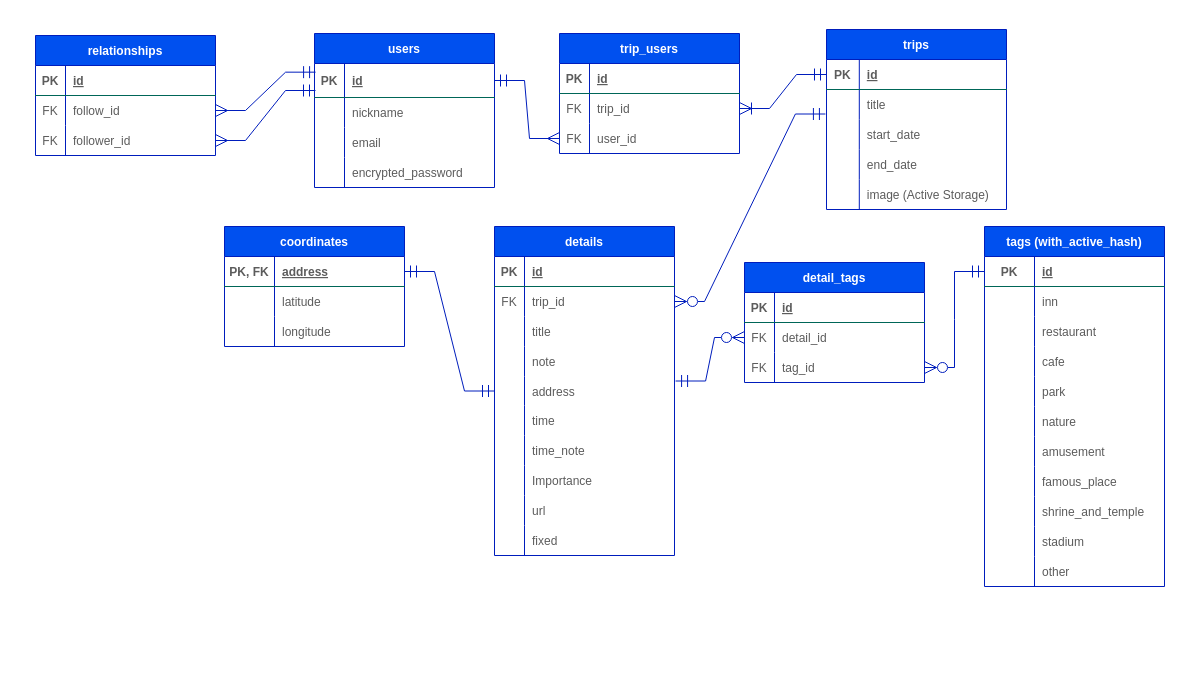
Above: .dio in satomi46/trip_maker (draw.io), before the change. Source tidied: cells renumbered, new cells numbered last; positions are measured from the earlier drawing's top-left corner, leaving out a move shared by most shapes. Both pictures are drawn from the tidied source at 100%, with x=0, y=0 at pixel (35, 29).
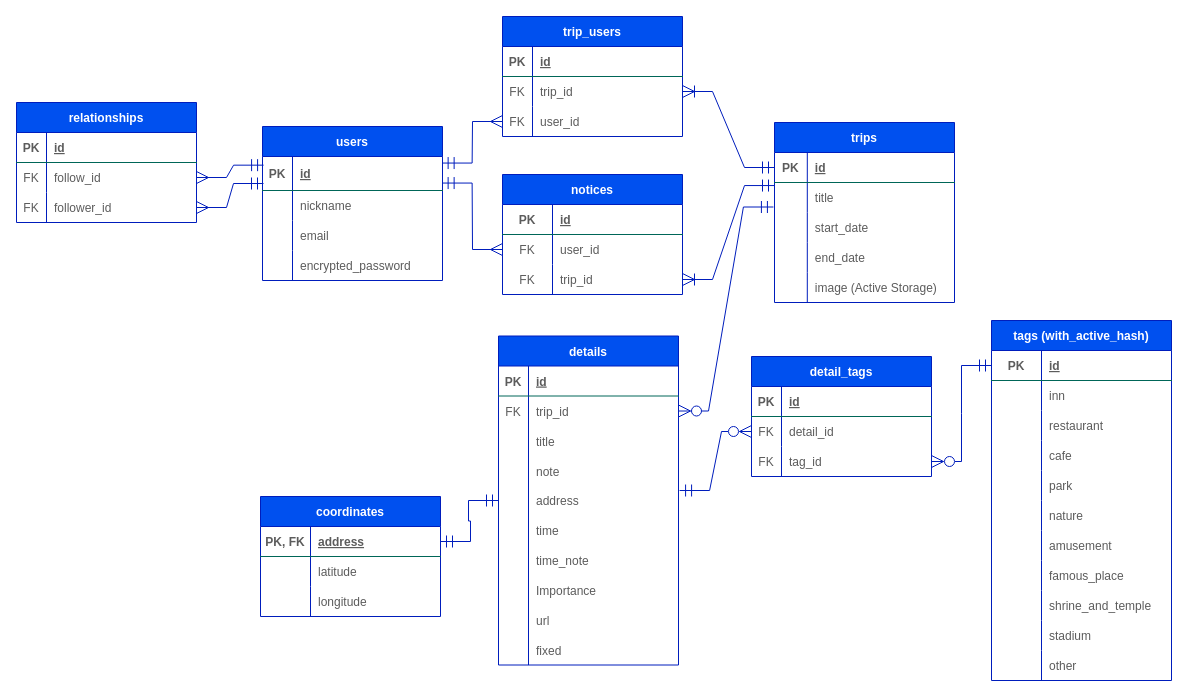
The same diagram, later.

Commit message (it also covers changes not shown here):
noticesモデルの作成とリレーションの記述、ER図の修正

The change refers to these unchanged cells:
```xml
<mxCell id="3" style="shape=tableRow;horizontal=0;startSize=0;swimlaneHead=0;swimlaneBody=0;fillColor=none;points=[[0,0.5],[1,0.5]];portConstraint=eastwest;top=0;left=0;right=0;bottom=1;rounded=0;strokeColor=#006658;fontColor=#5C5C5C;" parent="2" vertex="1">
  <mxGeometry y="30" width="180" height="34" as="geometry" />
</mxCell>
<mxCell id="19" style="shape=tableRow;horizontal=0;startSize=0;swimlaneHead=0;swimlaneBody=0;fillColor=none;points=[[0,0.5],[1,0.5]];portConstraint=eastwest;top=0;left=0;right=0;bottom=0;rounded=0;strokeColor=#006658;fontColor=#5C5C5C;" parent="15" vertex="1">
  <mxGeometry y="60" width="180" height="30" as="geometry" />
</mxCell>
<mxCell id="123" style="shape=tableRow;horizontal=0;startSize=0;swimlaneHead=0;swimlaneBody=0;fillColor=none;points=[[0,0.5],[1,0.5]];portConstraint=eastwest;top=0;left=0;right=0;bottom=0;rounded=0;strokeColor=#006658;fontColor=#5C5C5C;" parent="116" vertex="1">
  <mxGeometry y="90" width="180" height="30" as="geometry" />
</mxCell>
<mxCell id="140" style="shape=tableRow;horizontal=0;startSize=0;swimlaneHead=0;swimlaneBody=0;fillColor=none;points=[[0,0.5],[1,0.5]];portConstraint=eastwest;top=0;left=0;right=0;bottom=0;rounded=0;strokeColor=#006658;fontColor=#5C5C5C;" parent="133" vertex="1">
  <mxGeometry y="90" width="180" height="30" as="geometry" />
</mxCell>
```

What changed in the source:
```diff
@@
     <mxCell id="2" value="users" style="shape=table;startSize=30;childLayout=tableLayout;rowLines=0;fontStyle=1;align=center;rounded=0;fillColor=#0050ef;strokeColor=#001DBC;fontColor=#ffffff;fixDash=0;" parent="1" vertex="1">
-      <mxGeometry x="279" y="4" width="180" height="154" as="geometry" />
+      <mxGeometry x="227" y="97" width="180" height="154" as="geometry" />
     </mxCell>
@@
     <mxCell id="15" value="trips" style="shape=table;startSize=30;childLayout=tableLayout;rowLines=0;fontStyle=1;align=center;rounded=0;fillColor=#0050ef;strokeColor=#001DBC;fontColor=#ffffff;fixDash=0;" parent="1" vertex="1">
-      <mxGeometry x="791" width="180" height="180" as="geometry" />
+      <mxGeometry x="739" y="93" width="180" height="180" as="geometry" />
     </mxCell>
@@
     <mxCell id="31" value="detail_tags" style="shape=table;startSize=30;childLayout=tableLayout;rowLines=0;fontStyle=1;align=center;rounded=0;fillColor=#0050ef;strokeColor=#001DBC;fontColor=#ffffff;fixDash=0;" parent="1" vertex="1">
-      <mxGeometry x="709" y="233" width="180" height="120" as="geometry" />
+      <mxGeometry x="716" y="327" width="180" height="120" as="geometry" />
     </mxCell>
@@
     <mxCell id="41" value="details" style="shape=table;startSize=30;childLayout=tableLayout;rowLines=0;fontStyle=1;align=center;rounded=0;fillColor=#0050ef;strokeColor=#001DBC;fontColor=#ffffff;fixDash=0;" parent="1" vertex="1">
-      <mxGeometry x="459" y="197" width="180" height="329" as="geometry" />
+      <mxGeometry x="463" y="306.5" width="180" height="329" as="geometry" />
     </mxCell>
@@
     <mxCell id="72" value="coordinates" style="shape=table;startSize=30;childLayout=tableLayout;rowLines=0;fontStyle=1;align=center;rounded=0;fillColor=#0050ef;strokeColor=#001DBC;fontColor=#ffffff;fixDash=0;" parent="1" vertex="1">
-      <mxGeometry x="189" y="197" width="180" height="120" as="geometry" />
+      <mxGeometry x="225" y="467" width="180" height="120" as="geometry" />
     </mxCell>
@@
     <mxCell id="82" value="tags (with_active_hash)" style="shape=table;startSize=30;childLayout=tableLayout;rowLines=0;fontStyle=1;align=center;rounded=0;fillColor=#0050ef;strokeColor=#001DBC;fontColor=#ffffff;fixDash=0;" parent="1" vertex="1">
-      <mxGeometry x="949" y="197" width="180" height="360" as="geometry" />
+      <mxGeometry x="956" y="291" width="180" height="360" as="geometry" />
     </mxCell>
@@
     <mxCell id="116" value="trip_users" style="shape=table;startSize=30;childLayout=tableLayout;rowLines=0;fontStyle=1;align=center;rounded=0;fillColor=#0050ef;strokeColor=#001DBC;fontColor=#ffffff;fixDash=0;" parent="1" vertex="1">
-      <mxGeometry x="524" y="4" width="180" height="120" as="geometry" />
+      <mxGeometry x="467" y="-13" width="180" height="120" as="geometry" />
     </mxCell>
@@
-    <mxCell id="129" style="edgeStyle=entityRelationEdgeStyle;rounded=0;jettySize=auto;html=1;exitX=0;exitY=0.5;exitDx=0;exitDy=0;entryX=1;entryY=0.5;entryDx=0;entryDy=0;startArrow=ERmany;startFill=0;endArrow=ERmandOne;endFill=0;startSize=10;endSize=10;targetPerimeterSpacing=0;strokeColor=#001DBC;fontColor=#ffffff;fillColor=#0050ef;fixDash=0;snapToPoint=0;fontSize=12;fontStyle=1;" parent="1" edge="1" source="123" target="3">
+    <mxCell id="129" style="edgeStyle=entityRelationEdgeStyle;rounded=0;jettySize=auto;html=1;exitX=0;exitY=0.5;exitDx=0;exitDy=0;entryX=0.998;entryY=0.193;entryDx=0;entryDy=0;startArrow=ERmany;startFill=0;endArrow=ERmandOne;endFill=0;startSize=10;endSize=10;targetPerimeterSpacing=0;strokeColor=#001DBC;fontColor=#ffffff;fillColor=#0050ef;fixDash=0;snapToPoint=0;fontSize=12;fontStyle=1;entryPerimeter=0;" parent="1" edge="1" source="123" target="3">
       <mxGeometry relative="1" as="geometry" />
     </mxCell>
@@
     <mxCell id="133" value="relationships" style="shape=table;startSize=30;childLayout=tableLayout;rowLines=0;fontStyle=1;align=center;rounded=0;fillColor=#0050ef;strokeColor=#001DBC;fontColor=#ffffff;fixDash=0;" parent="1" vertex="1">
-      <mxGeometry y="6" width="180" height="120" as="geometry" />
+      <mxGeometry x="-19" y="73" width="180" height="120" as="geometry" />
     </mxCell>
@@
     <mxCell id="143" style="edgeStyle=entityRelationEdgeStyle;rounded=0;jettySize=auto;html=1;startArrow=ERmany;startFill=0;endArrow=ERmandOne;endFill=0;startSize=10;endSize=10;targetPerimeterSpacing=0;strokeColor=#001DBC;fontColor=#ffffff;fillColor=#0050ef;fixDash=0;snapToPoint=0;fontSize=12;fontStyle=1;exitX=1;exitY=0.5;exitDx=0;exitDy=0;" parent="1" edge="1" source="140">
       <mxGeometry relative="1" as="geometry">
-        <mxPoint x="280" y="61" as="targetPoint" />
+        <mxPoint x="228" y="154" as="targetPoint" />
       </mxGeometry>
     </mxCell>
+    <mxCell id="144" value="notices" style="shape=table;startSize=30;childLayout=tableLayout;rowLines=0;fontStyle=1;align=center;rounded=0;fillColor=#0050ef;strokeColor=#001DBC;fontColor=#ffffff;fixDash=0;" parent="1" vertex="1">
+      <mxGeometry x="467" y="145" width="180" height="120" as="geometry" />
+    </mxCell>
+    <mxCell id="145" style="shape=tableRow;horizontal=0;startSize=0;swimlaneHead=0;swimlaneBody=0;fillColor=none;top=0;left=0;right=0;bottom=1;rounded=0;strokeColor=#006658;fontColor=#5C5C5C;" parent="144" vertex="1">
+      <mxGeometry y="30" width="180" height="30" as="geometry" />
+    </mxCell>
+    <mxCell id="146" value="PK" style="shape=partialRectangle;fillColor=none;top=0;left=0;bottom=0;right=0;fontStyle=1;overflow=hidden;rounded=0;strokeColor=#006658;fontColor=#5C5C5C;" parent="145" vertex="1">
+      <mxGeometry width="50" height="30" as="geometry" />
+    </mxCell>
+    <mxCell id="147" value="id" style="shape=partialRectangle;fillColor=none;top=0;left=0;bottom=0;right=0;align=left;spacingLeft=6;fontStyle=5;overflow=hidden;rounded=0;strokeColor=#006658;fontColor=#5C5C5C;" parent="145" vertex="1">
+      <mxGeometry x="50" width="130" height="30" as="geometry" />
+    </mxCell>
+    <mxCell id="148" style="shape=tableRow;horizontal=0;startSize=0;swimlaneHead=0;swimlaneBody=0;fillColor=none;points=[[0,0.5],[1,0.5]];portConstraint=eastwest;top=0;left=0;right=0;bottom=0;rounded=0;strokeColor=#006658;fontColor=#5C5C5C;" parent="144" vertex="1">
+      <mxGeometry y="60" width="180" height="30" as="geometry" />
+    </mxCell>
+    <mxCell id="149" value="FK" style="shape=partialRectangle;fillColor=none;top=0;left=0;bottom=0;right=0;overflow=hidden;rounded=0;strokeColor=#006658;fontColor=#5C5C5C;" parent="148" vertex="1">
+      <mxGeometry width="50" height="30" as="geometry" />
+    </mxCell>
+    <mxCell id="150" value="user_id" style="shape=partialRectangle;fillColor=none;top=0;left=0;bottom=0;right=0;align=left;spacingLeft=6;overflow=hidden;rounded=0;strokeColor=#006658;fontColor=#5C5C5C;" parent="148" vertex="1">
+      <mxGeometry x="50" width="130" height="30" as="geometry" />
+    </mxCell>
+    <mxCell id="151" style="shape=tableRow;horizontal=0;startSize=0;swimlaneHead=0;swimlaneBody=0;fillColor=none;points=[[0,0.5],[1,0.5]];portConstraint=eastwest;top=0;left=0;right=0;bottom=0;rounded=0;strokeColor=#006658;fontColor=#5C5C5C;" parent="144" vertex="1">
+      <mxGeometry y="90" width="180" height="30" as="geometry" />
+    </mxCell>
+    <mxCell id="152" value="FK" style="shape=partialRectangle;fillColor=none;top=0;left=0;bottom=0;right=0;overflow=hidden;rounded=0;strokeColor=#006658;fontColor=#5C5C5C;" parent="151" vertex="1">
+      <mxGeometry width="50" height="30" as="geometry" />
+    </mxCell>
+    <mxCell id="153" value="trip_id" style="shape=partialRectangle;fillColor=none;top=0;left=0;bottom=0;right=0;align=left;spacingLeft=6;overflow=hidden;rounded=0;strokeColor=#006658;fontColor=#5C5C5C;" parent="151" vertex="1">
+      <mxGeometry x="50" width="130" height="30" as="geometry" />
+    </mxCell>
+    <mxCell id="154" style="edgeStyle=entityRelationEdgeStyle;rounded=0;jettySize=auto;html=1;exitX=1;exitY=0.5;exitDx=0;exitDy=0;startArrow=ERoneToMany;startFill=0;endArrow=ERmandOne;endFill=0;startSize=10;endSize=10;targetPerimeterSpacing=0;strokeColor=#001DBC;fontColor=#ffffff;fillColor=#0050ef;fixDash=0;snapToPoint=0;fontSize=12;fontStyle=1;entryX=0;entryY=0.102;entryDx=0;entryDy=0;entryPerimeter=0;" parent="1" edge="1" source="151" target="19">
+      <mxGeometry relative="1" as="geometry" />
+    </mxCell>
+    <mxCell id="155" style="edgeStyle=entityRelationEdgeStyle;rounded=0;jettySize=auto;html=1;entryX=0.998;entryY=0.781;entryDx=0;entryDy=0;startArrow=ERmany;startFill=0;endArrow=ERmandOne;endFill=0;startSize=10;endSize=10;targetPerimeterSpacing=0;strokeColor=#001DBC;fontColor=#ffffff;fillColor=#0050ef;fixDash=0;snapToPoint=0;fontSize=12;fontStyle=1;entryPerimeter=0;exitX=0;exitY=0.5;exitDx=0;exitDy=0;" parent="1" edge="1" source="148" target="3">
+      <mxGeometry relative="1" as="geometry" />
+    </mxCell>
```
